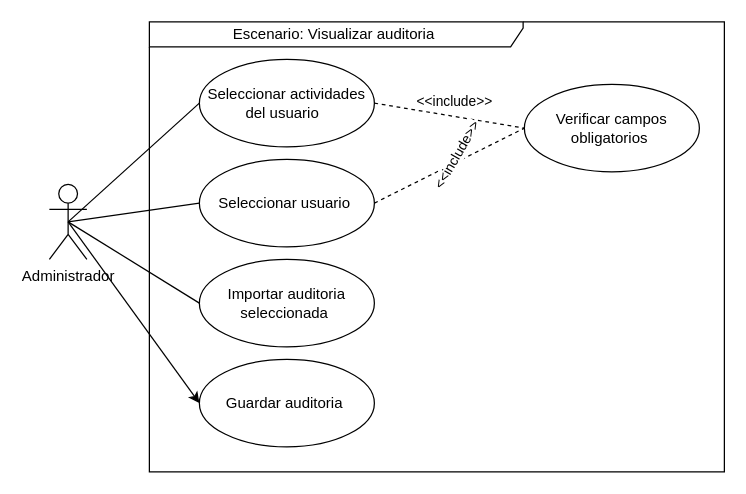
Earlier version of the draw.io diagram page "Visualizar auditoria" (11 of 16) of documentacion/Untitled Diagram.drawio (nicasop/PROYECTO_INTEGRADOR_P58). Source tidied: cells renumbered, new cells numbered last; positions are measured from the earlier drawing's top-left corner, leaving out a move shared by most shapes. Both pictures are drawn from the tidied source at 125%, with x=0, y=0 at pixel (49, 21).
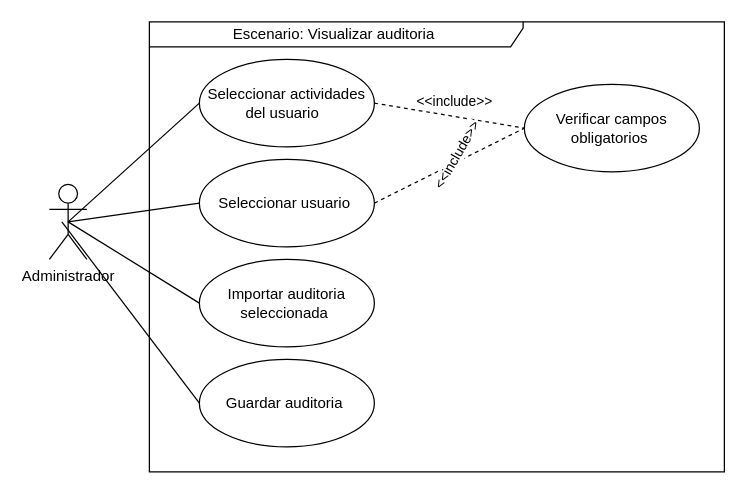
After the change.

Diff of the diagram source:
```diff
@@
 <mxGraphModel>
   <root>
     <mxCell id="0" />
     <mxCell id="1" parent="0" />
     <mxCell id="2" value="Escenario: Visualizar auditoria&amp;nbsp;" style="shape=umlFrame;whiteSpace=wrap;html=1;width=299;height=20;" parent="1" vertex="1">
       <mxGeometry x="80" width="460" height="360" as="geometry" />
     </mxCell>
     <mxCell id="3" value="Administrador" style="shape=umlActor;verticalLabelPosition=bottom;verticalAlign=top;html=1;" parent="1" vertex="1">
       <mxGeometry y="130" width="30" height="60" as="geometry" />
     </mxCell>
     <mxCell id="4" value="Seleccionar actividades del usuario&amp;nbsp;&amp;nbsp;" style="ellipse;whiteSpace=wrap;html=1;" parent="1" vertex="1">
       <mxGeometry x="120" y="30" width="140" height="70" as="geometry" />
     </mxCell>
     <mxCell id="5" style="endArrow=none;html=1;exitX=0.5;exitY=0.5;exitDx=0;exitDy=0;exitPerimeter=0;entryX=0;entryY=0.5;entryDx=0;entryDy=0;" parent="1" edge="1" source="3" target="4">
       <mxGeometry relative="1" as="geometry" />
     </mxCell>
     <mxCell id="6" value="Verificar campos obligatorios&amp;nbsp;" style="ellipse;whiteSpace=wrap;html=1;" parent="1" vertex="1">
       <mxGeometry x="380" y="50" width="140" height="70" as="geometry" />
     </mxCell>
     <mxCell id="7" style="endArrow=none;dashed=1;html=1;exitX=1;exitY=0.5;exitDx=0;exitDy=0;entryX=0;entryY=0.5;entryDx=0;entryDy=0;" parent="1" edge="1" source="4" target="6">
       <mxGeometry relative="1" as="geometry" />
     </mxCell>
     <mxCell id="8" value="&amp;lt;&amp;lt;include&amp;gt;&amp;gt;" style="edgeLabel;html=1;align=center;verticalAlign=middle;" parent="7" vertex="1">
       <mxGeometry x="0.35" y="-2" relative="1" as="geometry">
         <mxPoint x="-17" y="-17" as="offset" />
       </mxGeometry>
     </mxCell>
     <mxCell id="9" value="Seleccionar usuario&amp;nbsp;" style="ellipse;whiteSpace=wrap;html=1;" parent="1" vertex="1">
       <mxGeometry x="120" y="110" width="140" height="70" as="geometry" />
     </mxCell>
     <mxCell id="10" style="endArrow=none;html=1;exitX=0.5;exitY=0.5;exitDx=0;exitDy=0;exitPerimeter=0;entryX=0;entryY=0.5;entryDx=0;entryDy=0;" parent="1" edge="1" source="3" target="9">
       <mxGeometry relative="1" as="geometry" />
     </mxCell>
     <mxCell id="11" value="Importar auditoria seleccionada&amp;nbsp;" style="ellipse;whiteSpace=wrap;html=1;" parent="1" vertex="1">
       <mxGeometry x="120" y="190" width="140" height="70" as="geometry" />
     </mxCell>
     <mxCell id="12" style="endArrow=none;html=1;exitX=0.5;exitY=0.5;exitDx=0;exitDy=0;exitPerimeter=0;entryX=0;entryY=0.5;entryDx=0;entryDy=0;" parent="1" edge="1" source="3" target="11">
       <mxGeometry relative="1" as="geometry" />
     </mxCell>
     <mxCell id="13" value="Guardar auditoria&amp;nbsp;" style="ellipse;whiteSpace=wrap;html=1;" parent="1" vertex="1">
       <mxGeometry x="120" y="270" width="140" height="70" as="geometry" />
     </mxCell>
-    <mxCell id="14" style="endArrow=classic;html=1;exitX=0.5;exitY=0.5;exitDx=0;exitDy=0;exitPerimeter=0;entryX=0;entryY=0.5;entryDx=0;entryDy=0;" parent="1" edge="1" source="3" target="13">
-      <mxGeometry relative="1" as="geometry" />
-    </mxCell>
     <mxCell id="15" style="endArrow=none;dashed=1;html=1;exitX=1;exitY=0.5;exitDx=0;exitDy=0;entryX=0;entryY=0.5;entryDx=0;entryDy=0;" parent="1" edge="1" source="9" target="6">
       <mxGeometry relative="1" as="geometry" />
     </mxCell>
     <mxCell id="16" value="&amp;lt;&amp;lt;include&amp;gt;&amp;gt;" style="edgeLabel;html=1;align=center;verticalAlign=middle;rotation=-60;" parent="15" vertex="1">
       <mxGeometry x="0.35" y="-2" relative="1" as="geometry">
         <mxPoint x="-17" y="1" as="offset" />
       </mxGeometry>
     </mxCell>
+    <mxCell id="17" style="endArrow=none;html=1;entryX=0;entryY=0.5;entryDx=0;entryDy=0;" parent="1" edge="1" target="13">
+      <mxGeometry relative="1" as="geometry">
+        <mxPoint x="10" y="160" as="sourcePoint" />
+      </mxGeometry>
+    </mxCell>
   </root>
 </mxGraphModel>
```
